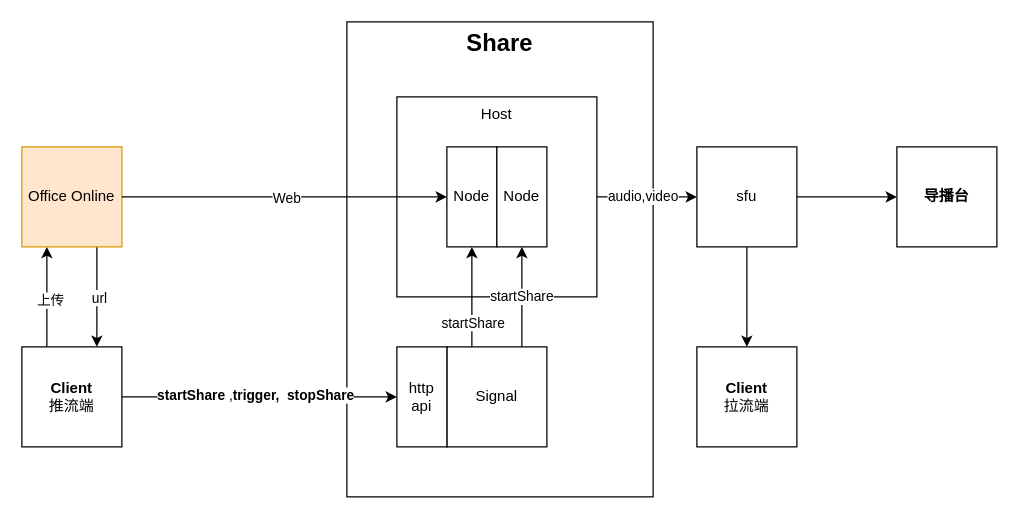
This is page "Page-6" (6 of 6) of Diagram3.drawio from craterone/imgs, a draw.io file, before an edit. Source tidied: cells renumbered, new cells numbered last; positions are measured from the earlier drawing's top-left corner, leaving out a move shared by most shapes. Both pictures are drawn from the tidied source at 125%, with x=0, y=0 at pixel (21, 21).
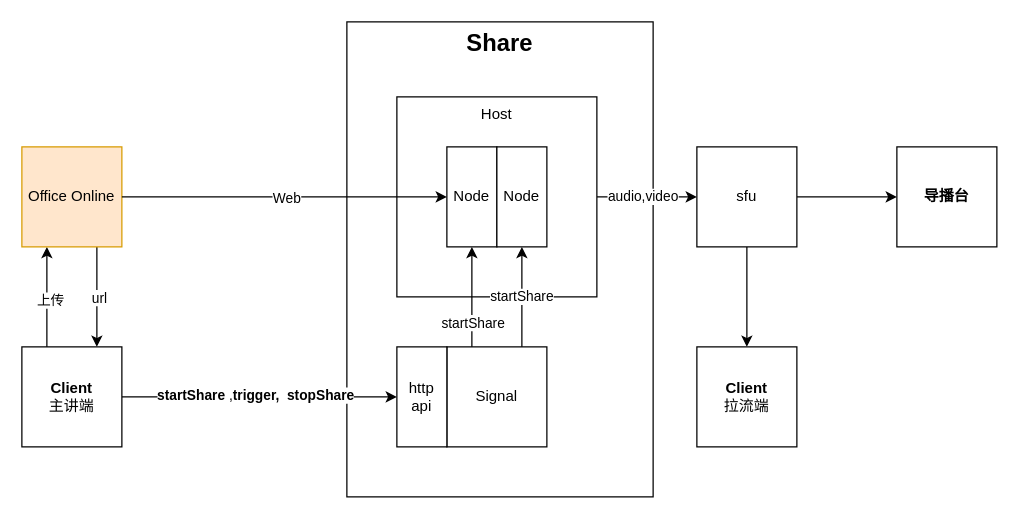
The same diagram, later.

Change to the diagram source:
```diff
@@
-    <mxCell id="9" value="&lt;b&gt;Client&lt;/b&gt;&lt;br&gt;推流端" style="rounded=0;whiteSpace=wrap;html=1;" parent="1" vertex="1">
+    <mxCell id="9" value="&lt;b&gt;Client&lt;/b&gt;&lt;br&gt;主讲端" style="rounded=0;whiteSpace=wrap;html=1;" parent="1" vertex="1">
       <mxGeometry y="260" width="80" height="80" as="geometry" />
     </mxCell>
```
